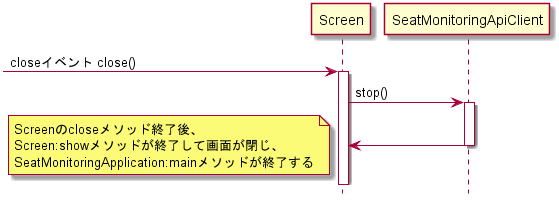
Above: doc/詳細設計/詳細設計書/構成図/システム終了シーケンス図.png in KeisukeSugita/Seat-monitoring-system (PlantUML), before the change. Source of this version:
```plantuml
@startuml システム終了シーケンス図
hide footbox

participant "Screen" as Screen
participant "SeatMonitoringApiClient" as SeatMonitoringApiClient

-> Screen :closeイベント close()
activate Screen
Screen -> SeatMonitoringApiClient :stop()
activate SeatMonitoringApiClient
Screen <- SeatMonitoringApiClient
deactivate SeatMonitoringApiClient
note left
	Screenのcloseメソッド終了後、
	Screen:showメソッドが終了して画面が閉じ、
	SeatMonitoringApplication:mainメソッドが終了する
end note

@enduml
```
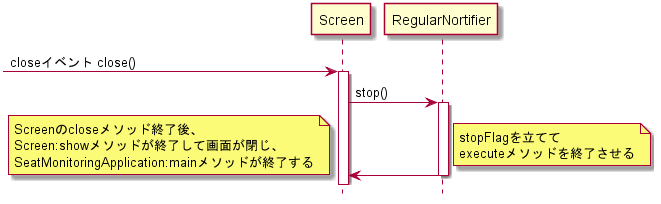
Later version of the same file.

What changed in the source:
```diff
@@ -2,14 +2,18 @@
 hide footbox
 
 participant "Screen" as Screen
-participant "SeatMonitoringApiClient" as SeatMonitoringApiClient
+participant "RegularNortifier" as RegularNortifier
 
 -> Screen :closeイベント close()
 activate Screen
-Screen -> SeatMonitoringApiClient :stop()
-activate SeatMonitoringApiClient
-Screen <- SeatMonitoringApiClient
-deactivate SeatMonitoringApiClient
+Screen -> RegularNortifier :stop()
+activate RegularNortifier
+Screen <- RegularNortifier
+deactivate RegularNortifier
+note right
+	stopFlagを立てて
+	executeメソッドを終了させる
+end note
 note left
 	Screenのcloseメソッド終了後、
 	Screen:showメソッドが終了して画面が閉じ、
```
